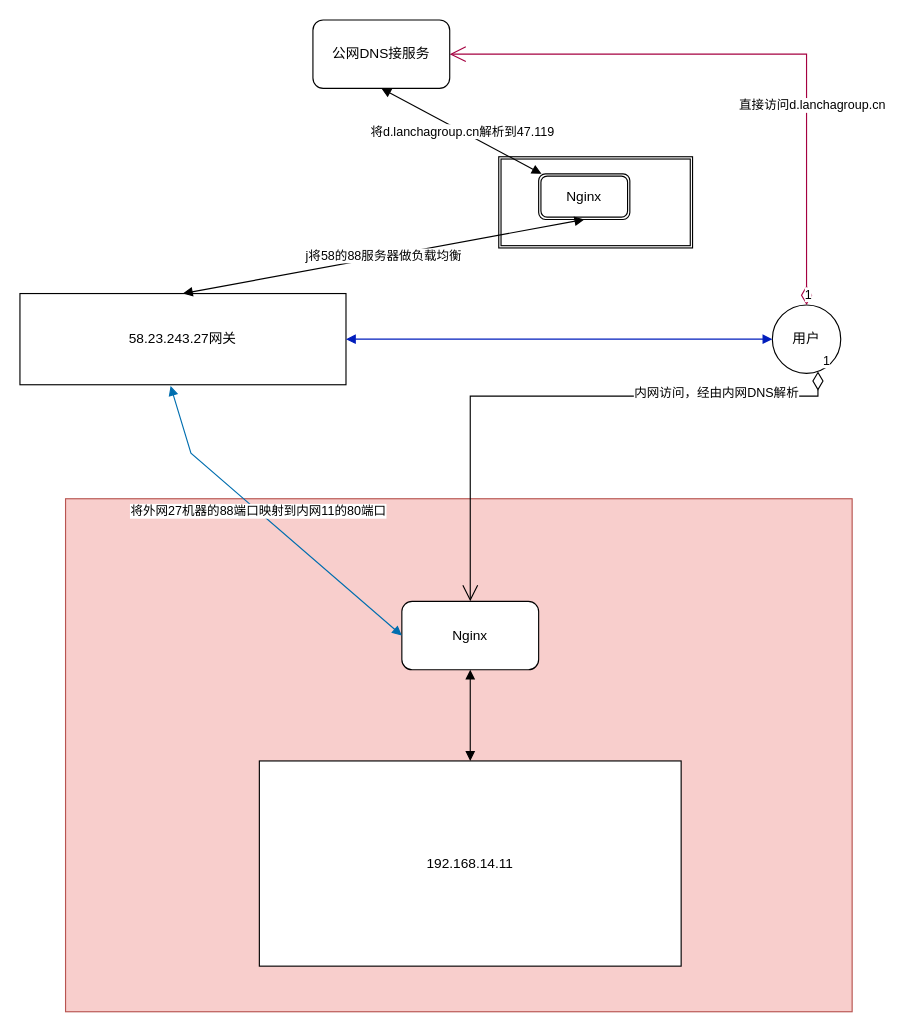
The draw.io diagram 未命名绘图.drawio in ginkosen/ginko, before the edit. Source tidied: cells renumbered, new cells numbered last; positions are measured from the earlier drawing's top-left corner, leaving out a move shared by most shapes. Both pictures are drawn from the tidied source at 114%, with x=0, y=0 at pixel (19, 19).
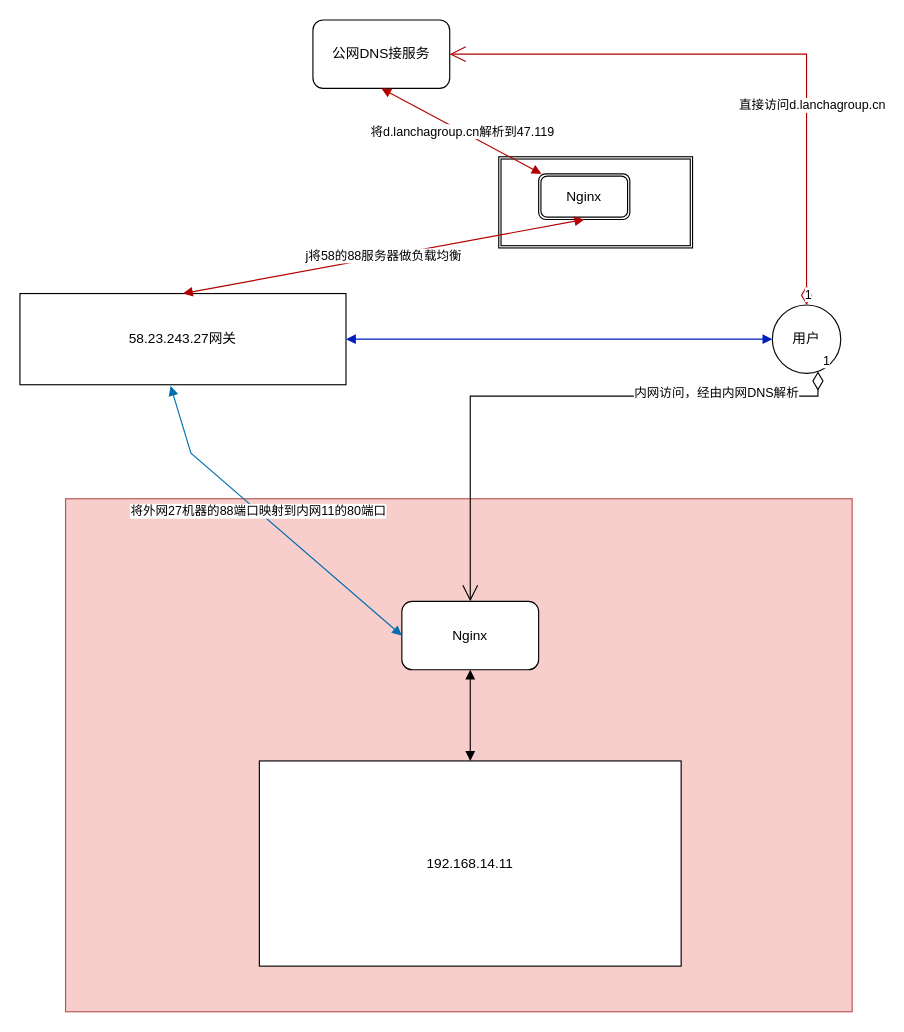
The same page after the edit.

Commit message (it also covers changes not shown here):
更新未命名绘图.drawio

Unchanged cells that the change refers to:
```xml
<mxCell id="2" value="58.23.243.27网关" style="whiteSpace=wrap;html=1;" parent="1" vertex="1">
  <mxGeometry y="240" width="286" height="80" as="geometry" />
</mxCell>
<mxCell id="6" value="用户" style="ellipse;whiteSpace=wrap;html=1;" parent="1" vertex="1">
  <mxGeometry x="660" y="250" width="60" height="60" as="geometry" />
</mxCell>
<mxCell id="14" value="Nginx" style="shape=ext;double=1;rounded=1;whiteSpace=wrap;html=1;" parent="1" vertex="1">
  <mxGeometry x="455" y="135" width="80" height="40" as="geometry" />
</mxCell>
<mxCell id="17" value="公网DNS接服务" style="rounded=1;whiteSpace=wrap;html=1;" parent="1" vertex="1">
  <mxGeometry x="257" width="120" height="60" as="geometry" />
</mxCell>
```

The edit, as a diff of the source:
```diff
@@
-    <mxCell id="15" value="1" style="endArrow=open;html=1;endSize=12;startArrow=diamondThin;startSize=14;startFill=0;edgeStyle=orthogonalEdgeStyle;align=left;verticalAlign=bottom;rounded=0;entryX=1;entryY=0.5;entryDx=0;entryDy=0;exitX=0.5;exitY=0;exitDx=0;exitDy=0;fillColor=#d80073;strokeColor=#A50040;" parent="1" edge="1" source="6" target="17">
+    <mxCell id="15" value="1" style="endArrow=open;html=1;endSize=12;startArrow=diamondThin;startSize=14;startFill=0;edgeStyle=orthogonalEdgeStyle;align=left;verticalAlign=bottom;rounded=0;entryX=1;entryY=0.5;entryDx=0;entryDy=0;exitX=0.5;exitY=0;exitDx=0;exitDy=0;fillColor=#e51400;strokeColor=#B20000;" parent="1" edge="1" source="6" target="17">
       <mxGeometry x="-1" y="3" relative="1" as="geometry">
         <Array as="points">
           <mxPoint x="690" y="30" />
         </Array>
       </mxGeometry>
     </mxCell>
@@
-    <mxCell id="18" value="将d.lanchagroup.cn解析到47.119" style="endArrow=block;startArrow=block;endFill=1;startFill=1;html=1;rounded=0;exitX=0.5;exitY=1;exitDx=0;exitDy=0;" parent="1" edge="1" source="17" target="14">
+    <mxCell id="18" value="将d.lanchagroup.cn解析到47.119" style="endArrow=block;startArrow=block;endFill=1;startFill=1;html=1;rounded=0;exitX=0.5;exitY=1;exitDx=0;exitDy=0;fillColor=#e51400;strokeColor=#B20000;" parent="1" edge="1" source="17" target="14">
       <mxGeometry relative="1" as="geometry" />
     </mxCell>
-    <mxCell id="19" value="j将58的88服务器做负载均衡" style="endArrow=block;startArrow=block;endFill=1;startFill=1;html=1;rounded=0;entryX=0.5;entryY=1;entryDx=0;entryDy=0;exitX=0.5;exitY=0;exitDx=0;exitDy=0;" parent="1" edge="1" source="2" target="14">
+    <mxCell id="19" value="j将58的88服务器做负载均衡" style="endArrow=block;startArrow=block;endFill=1;startFill=1;html=1;rounded=0;entryX=0.5;entryY=1;entryDx=0;entryDy=0;exitX=0.5;exitY=0;exitDx=0;exitDy=0;fillColor=#e51400;strokeColor=#B20000;" parent="1" edge="1" source="2" target="14">
       <mxGeometry relative="1" as="geometry" />
     </mxCell>
```
